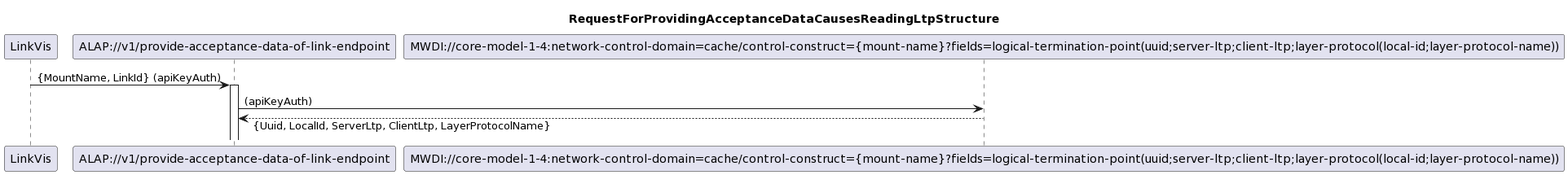
This is spec/diagrams/ProvideAcceptanceDataOfLinkEndpoint/100_ReadingLtpStructure.png from openBackhaul/AccessPlanningToolProxy, a PlantUML export, as it was before one commit. The source it was exported from:
```plantuml
@startuml
skinparam responseMessageBelowArrow true

title
RequestForProvidingAcceptanceDataCausesReadingLtpStructure
end title

participant "LinkVis" as LinkVis
participant "ALAP://v1/provide-acceptance-data-of-link-endpoint" as ALAP
participant "MWDI://core-model-1-4:network-control-domain=cache/control-construct={mount-name}?fields=logical-termination-point(uuid;server-ltp;client-ltp;layer-protocol(local-id;layer-protocol-name))" as ReadingLtpStructure

LinkVis -> ALAP: {MountName, LinkId} (apiKeyAuth)
activate ALAP

ALAP -> ReadingLtpStructure: (apiKeyAuth)
ReadingLtpStructure --> ALAP: {Uuid, LocalId, ServerLtp, ClientLtp, LayerProtocolName}
@enduml
```
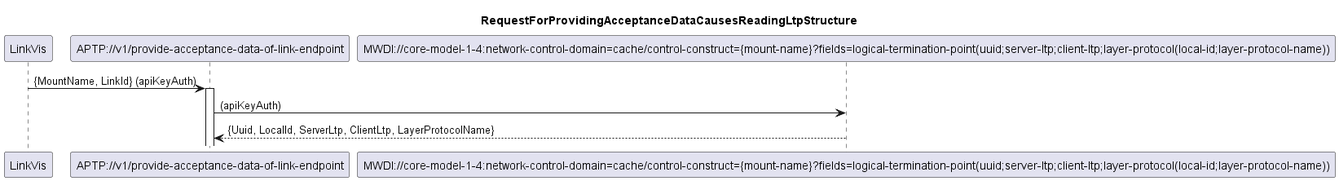
The same file after the commit.

What changed in the source:
```diff
@@ -1,4 +1,4 @@
-@startuml
+@startuml 100_ReadingLtpStructure
 skinparam responseMessageBelowArrow true
 
 title
@@ -6,12 +6,13 @@
 end title
 
 participant "LinkVis" as LinkVis
-participant "ALAP://v1/provide-acceptance-data-of-link-endpoint" as ALAP
+participant "APTP://v1/provide-acceptance-data-of-link-endpoint" as APTP
 participant "MWDI://core-model-1-4:network-control-domain=cache/control-construct={mount-name}?fields=logical-termination-point(uuid;server-ltp;client-ltp;layer-protocol(local-id;layer-protocol-name))" as ReadingLtpStructure
 
-LinkVis -> ALAP: {MountName, LinkId} (apiKeyAuth)
-activate ALAP
+LinkVis -> APTP: {MountName, LinkId} (apiKeyAuth)
+activate APTP
 
-ALAP -> ReadingLtpStructure: (apiKeyAuth)
-ReadingLtpStructure --> ALAP: {Uuid, LocalId, ServerLtp, ClientLtp, LayerProtocolName}
+APTP -> ReadingLtpStructure: (apiKeyAuth)
+ReadingLtpStructure --> APTP: {Uuid, LocalId, ServerLtp, ClientLtp, LayerProtocolName}
+
 @enduml
```
